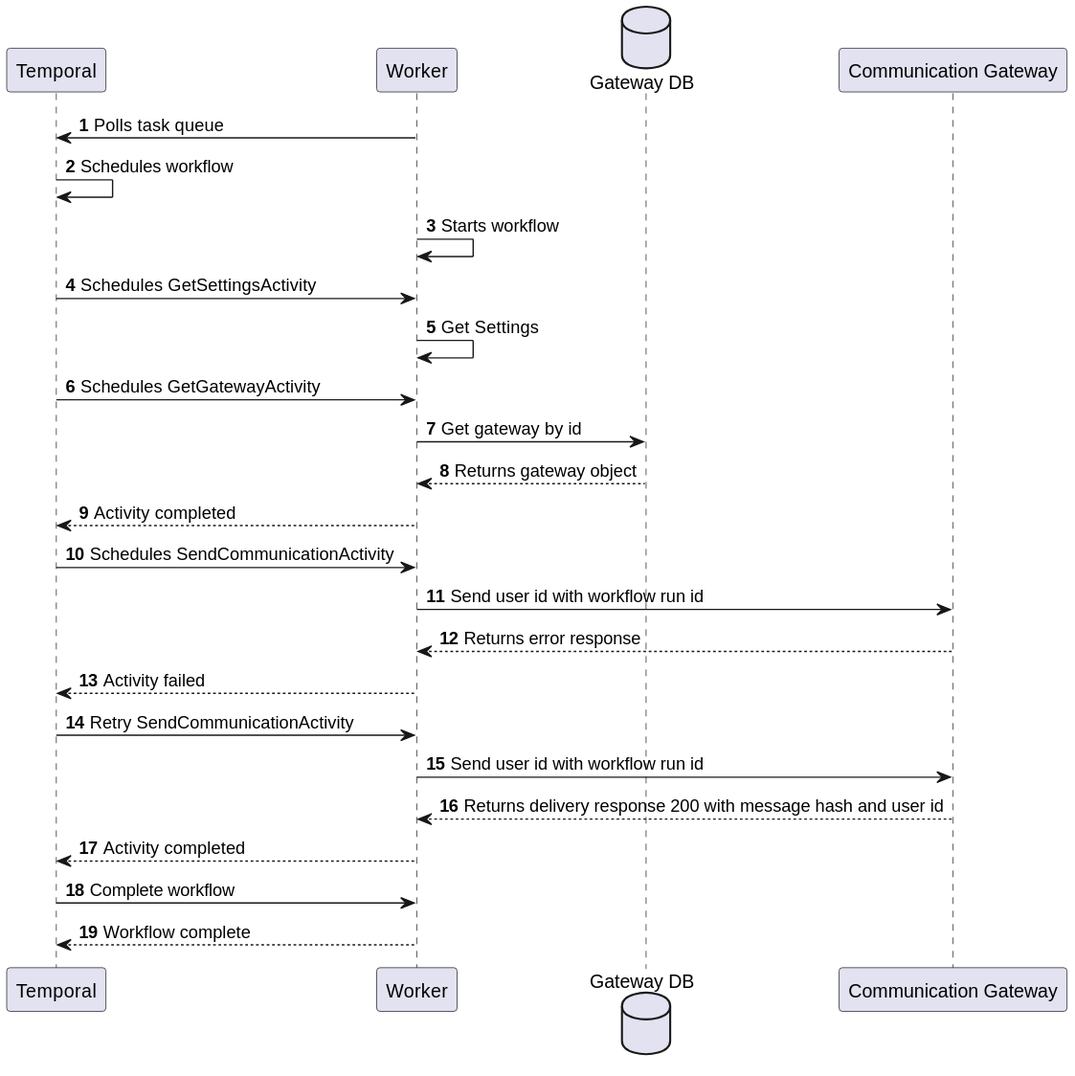
Above: Designs/Images/Sequence Diagrams/SendCommunicationHandleError.svg in CameronWard301/communication_scheduler (PlantUML), before the change.
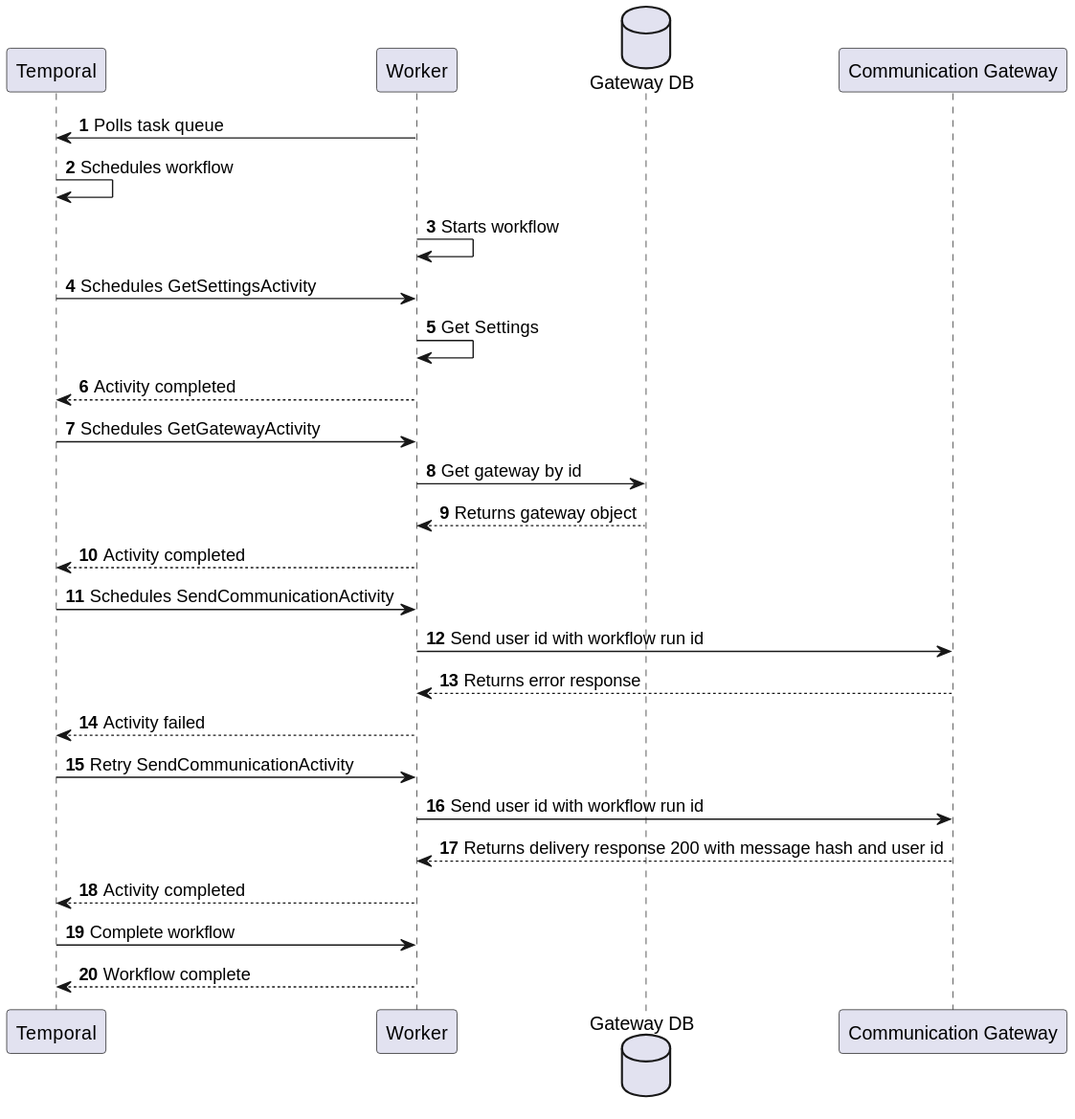
After the change.

Change to the diagram source:
```diff
@@ -12,6 +12,7 @@
 worker -> worker: Starts workflow
 temporal -> worker: Schedules GetSettingsActivity
 worker -> worker: Get Settings
+worker --> temporal: Activity completed
 temporal -> worker: Schedules GetGatewayActivity
 worker -> gwdb: Get gateway by id
 gwdb --> worker: Returns gateway object
```
